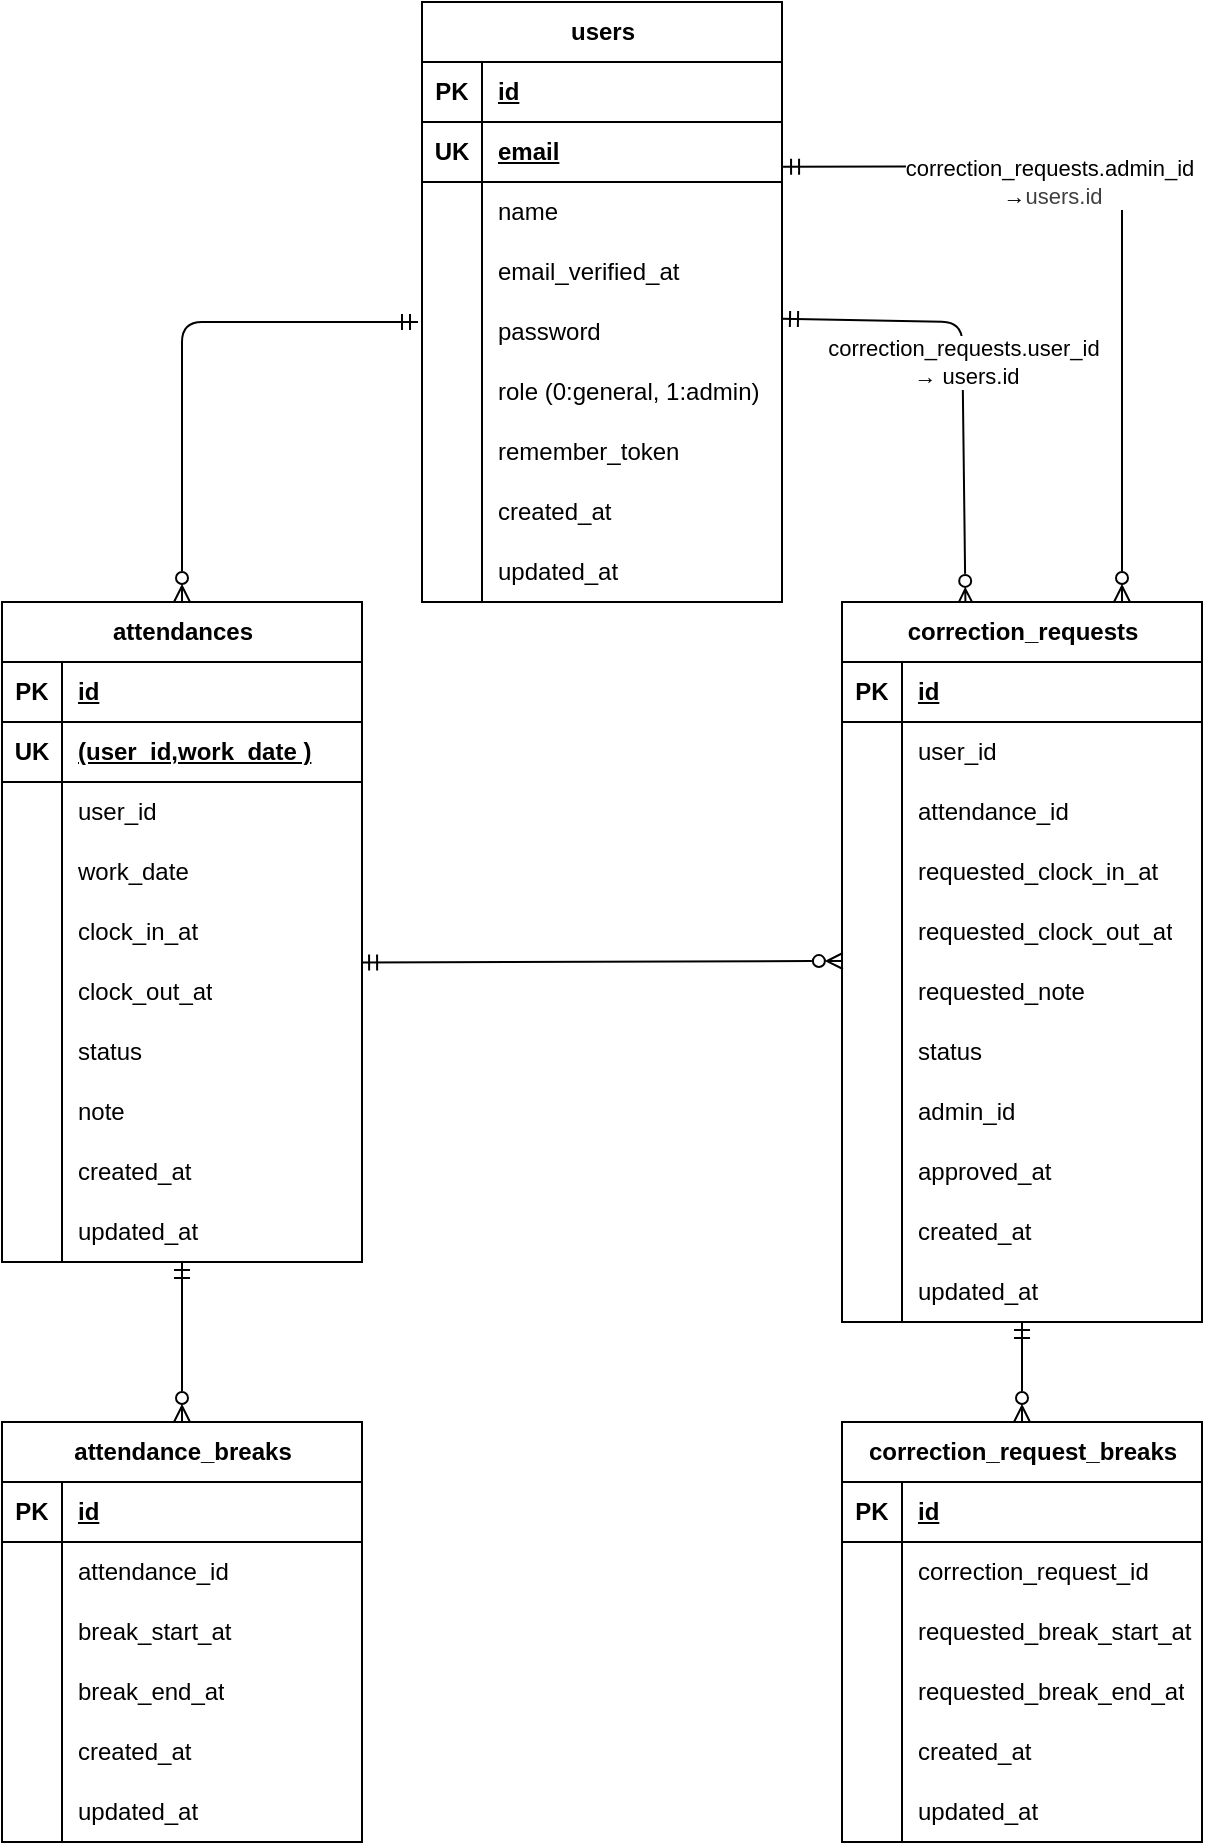
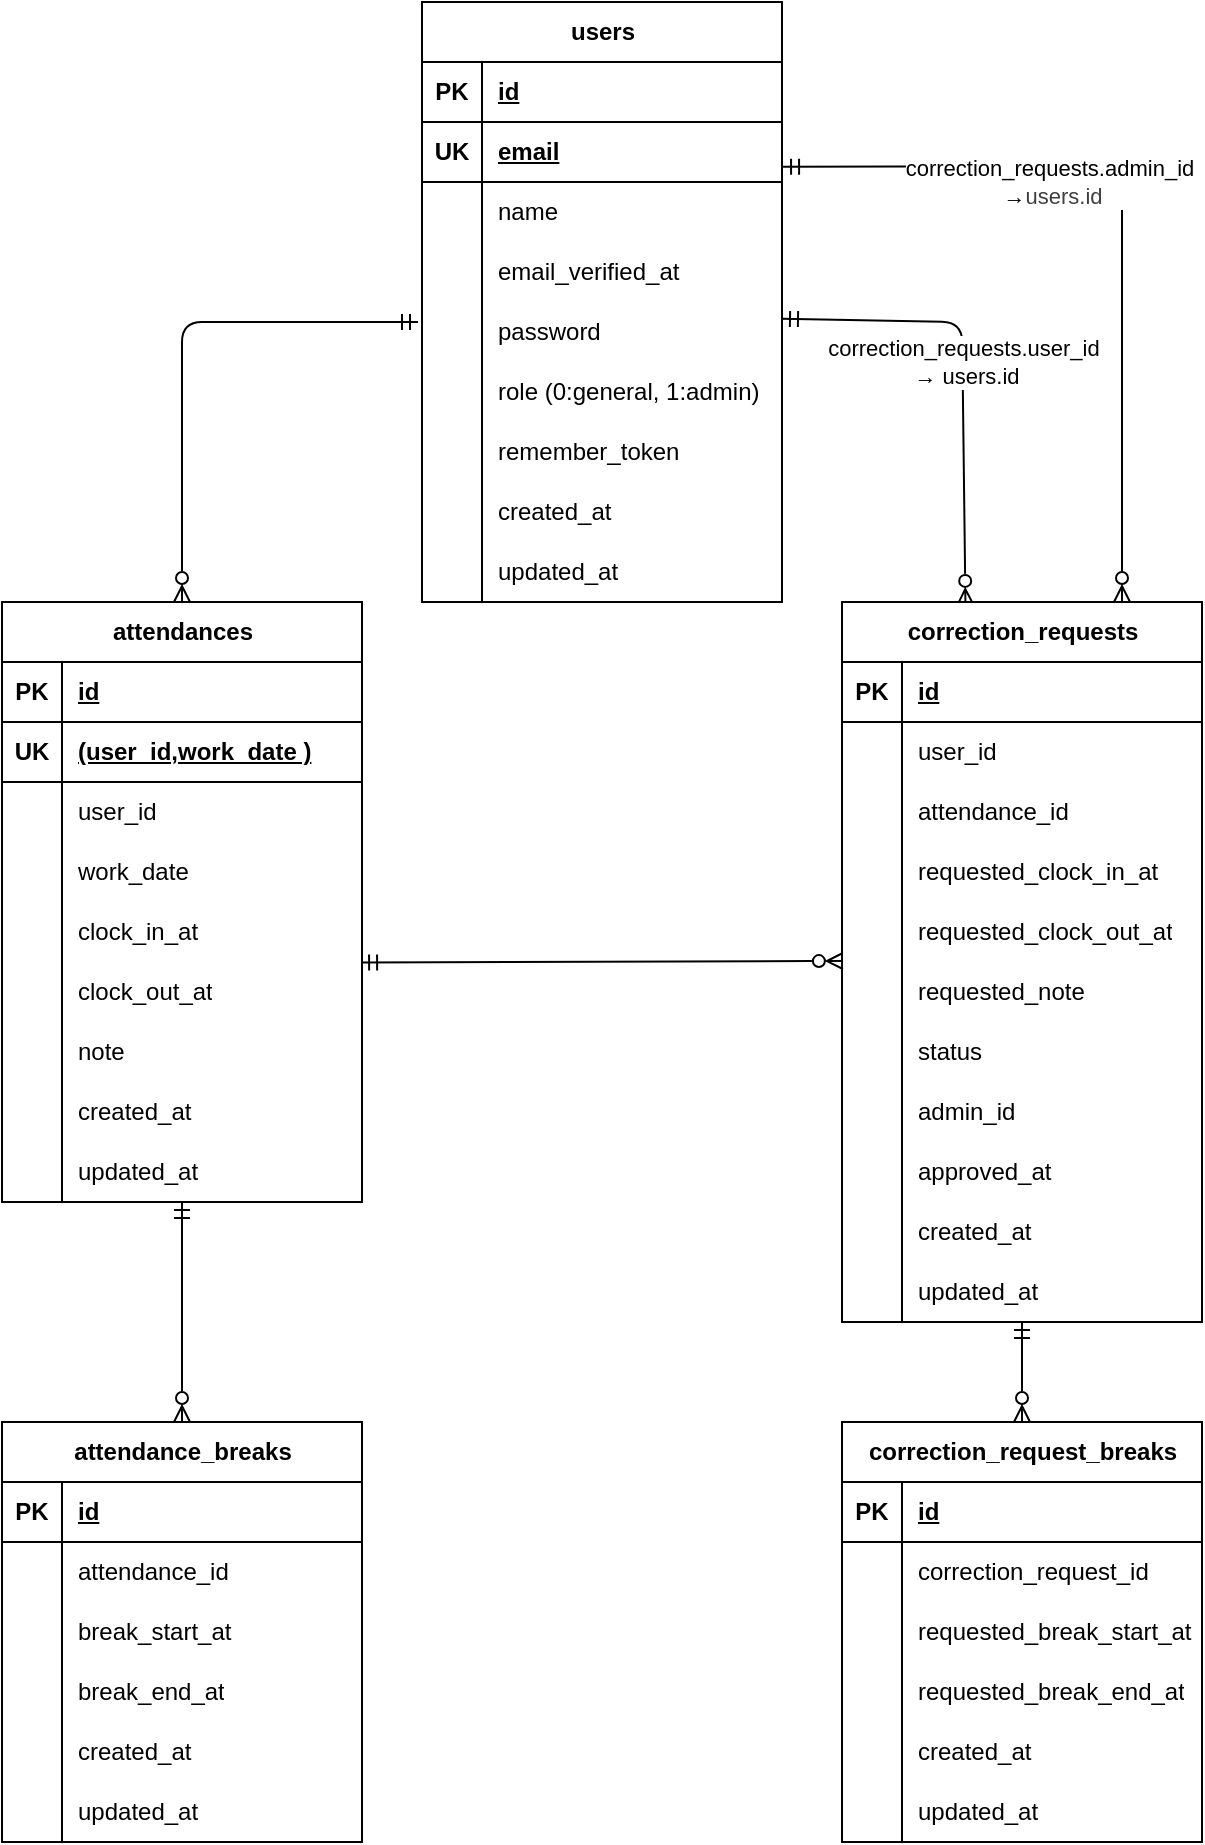
<mxfile host="65bd71144e">
    <diagram id="E6dUIKj0-dWRZJHyvL5a" name="ページ1">
-         <mxGraphModel dx="770" dy="563" grid="1" gridSize="10" guides="1" tooltips="1" connect="1" arrows="1" fold="1" page="1" pageScale="1" pageWidth="827" pageHeight="1169" math="0" shadow="0">
+         <mxGraphModel dx="688" dy="563" grid="1" gridSize="10" guides="1" tooltips="1" connect="1" arrows="1" fold="1" page="1" pageScale="1" pageWidth="827" pageHeight="1169" math="0" shadow="0">
            <root>
                <mxCell id="0"/>
                <mxCell id="1" parent="0"/>
                <mxCell id="61" value="" style="edgeStyle=none;html=1;endArrow=ERzeroToMany;endFill=0;startArrow=ERmandOne;startFill=0;exitX=1.001;exitY=0.773;exitDx=0;exitDy=0;entryX=0.006;entryY=0.747;entryDx=0;entryDy=0;entryPerimeter=0;exitPerimeter=0;" parent="1" edge="1">
                    <mxGeometry relative="1" as="geometry">
                        <mxPoint x="279.55000000000007" y="520.2800000000001" as="sourcePoint"/>
                        <mxPoint x="520.4499999999999" y="519.5000000000001" as="targetPoint"/>
                    </mxGeometry>
                </mxCell>
                <mxCell id="117" value="" style="edgeStyle=none;html=1;startArrow=ERmandOne;startFill=0;endArrow=ERzeroToMany;endFill=0;entryX=0.343;entryY=0.004;entryDx=0;entryDy=0;exitX=1.012;exitY=0.28;exitDx=0;exitDy=0;exitPerimeter=0;entryPerimeter=0;" parent="1" target="89" edge="1">
                    <mxGeometry relative="1" as="geometry">
                        <mxPoint x="490.00000000000006" y="198.39999999999998" as="sourcePoint"/>
                        <mxPoint x="607.84" y="340" as="targetPoint"/>
                        <Array as="points">
                            <mxPoint x="580" y="200"/>
                        </Array>
                    </mxGeometry>
                </mxCell>
                <mxCell id="186" value="correction_requests.user_id&amp;nbsp;&lt;div&gt;→ users.id&lt;/div&gt;" style="edgeLabel;html=1;align=center;verticalAlign=middle;resizable=0;points=[];" parent="117" vertex="1" connectable="0">
                    <mxGeometry x="-0.0506" y="2" relative="1" as="geometry">
                        <mxPoint as="offset"/>
                    </mxGeometry>
                </mxCell>
                <mxCell id="2" value="users" style="shape=table;startSize=30;container=1;collapsible=1;childLayout=tableLayout;fixedRows=1;rowLines=0;fontStyle=1;align=center;resizeLast=1;html=1;" parent="1" vertex="1">
                    <mxGeometry x="310" y="40" width="180" height="300" as="geometry"/>
                </mxCell>
                <mxCell id="3" value="" style="shape=tableRow;horizontal=0;startSize=0;swimlaneHead=0;swimlaneBody=0;fillColor=none;collapsible=0;dropTarget=0;points=[[0,0.5],[1,0.5]];portConstraint=eastwest;top=0;left=0;right=0;bottom=1;" parent="2" vertex="1">
                    <mxGeometry y="30" width="180" height="30" as="geometry"/>
                </mxCell>
                <mxCell id="4" value="PK" style="shape=partialRectangle;connectable=0;fillColor=none;top=0;left=0;bottom=0;right=0;fontStyle=1;overflow=hidden;whiteSpace=wrap;html=1;" parent="3" vertex="1">
                    <mxGeometry width="30" height="30" as="geometry">
                        <mxRectangle width="30" height="30" as="alternateBounds"/>
                    </mxGeometry>
                </mxCell>
                <mxCell id="5" value="id" style="shape=partialRectangle;connectable=0;fillColor=none;top=0;left=0;bottom=0;right=0;align=left;spacingLeft=6;fontStyle=5;overflow=hidden;whiteSpace=wrap;html=1;" parent="3" vertex="1">
                    <mxGeometry x="30" width="150" height="30" as="geometry">
                        <mxRectangle width="150" height="30" as="alternateBounds"/>
                    </mxGeometry>
                </mxCell>
                <mxCell id="15" value="" style="shape=tableRow;horizontal=0;startSize=0;swimlaneHead=0;swimlaneBody=0;fillColor=none;collapsible=0;dropTarget=0;points=[[0,0.5],[1,0.5]];portConstraint=eastwest;top=0;left=0;right=0;bottom=1;" parent="2" vertex="1">
                    <mxGeometry y="60" width="180" height="30" as="geometry"/>
                </mxCell>
                <mxCell id="16" value="UK" style="shape=partialRectangle;connectable=0;fillColor=none;top=0;left=0;bottom=0;right=0;fontStyle=1;overflow=hidden;whiteSpace=wrap;html=1;" parent="15" vertex="1">
                    <mxGeometry width="30" height="30" as="geometry">
                        <mxRectangle width="30" height="30" as="alternateBounds"/>
                    </mxGeometry>
                </mxCell>
                <mxCell id="17" value="email" style="shape=partialRectangle;connectable=0;fillColor=none;top=0;left=0;bottom=0;right=0;align=left;spacingLeft=6;fontStyle=5;overflow=hidden;whiteSpace=wrap;html=1;" parent="15" vertex="1">
                    <mxGeometry x="30" width="150" height="30" as="geometry">
                        <mxRectangle width="150" height="30" as="alternateBounds"/>
                    </mxGeometry>
                </mxCell>
                <mxCell id="6" value="" style="shape=tableRow;horizontal=0;startSize=0;swimlaneHead=0;swimlaneBody=0;fillColor=none;collapsible=0;dropTarget=0;points=[[0,0.5],[1,0.5]];portConstraint=eastwest;top=0;left=0;right=0;bottom=0;" parent="2" vertex="1">
                    <mxGeometry y="90" width="180" height="30" as="geometry"/>
                </mxCell>
                <mxCell id="7" value="" style="shape=partialRectangle;connectable=0;fillColor=none;top=0;left=0;bottom=0;right=0;editable=1;overflow=hidden;whiteSpace=wrap;html=1;" parent="6" vertex="1">
                    <mxGeometry width="30" height="30" as="geometry">
                        <mxRectangle width="30" height="30" as="alternateBounds"/>
                    </mxGeometry>
                </mxCell>
                <mxCell id="8" value="name" style="shape=partialRectangle;connectable=0;fillColor=none;top=0;left=0;bottom=0;right=0;align=left;spacingLeft=6;overflow=hidden;whiteSpace=wrap;html=1;" parent="6" vertex="1">
                    <mxGeometry x="30" width="150" height="30" as="geometry">
                        <mxRectangle width="150" height="30" as="alternateBounds"/>
                    </mxGeometry>
                </mxCell>
                <mxCell id="9" value="" style="shape=tableRow;horizontal=0;startSize=0;swimlaneHead=0;swimlaneBody=0;fillColor=none;collapsible=0;dropTarget=0;points=[[0,0.5],[1,0.5]];portConstraint=eastwest;top=0;left=0;right=0;bottom=0;" parent="2" vertex="1">
                    <mxGeometry y="120" width="180" height="30" as="geometry"/>
                </mxCell>
                <mxCell id="10" value="" style="shape=partialRectangle;connectable=0;fillColor=none;top=0;left=0;bottom=0;right=0;editable=1;overflow=hidden;whiteSpace=wrap;html=1;" parent="9" vertex="1">
                    <mxGeometry width="30" height="30" as="geometry">
                        <mxRectangle width="30" height="30" as="alternateBounds"/>
                    </mxGeometry>
                </mxCell>
                <mxCell id="11" value="email_verified_at" style="shape=partialRectangle;connectable=0;fillColor=none;top=0;left=0;bottom=0;right=0;align=left;spacingLeft=6;overflow=hidden;whiteSpace=wrap;html=1;" parent="9" vertex="1">
                    <mxGeometry x="30" width="150" height="30" as="geometry">
                        <mxRectangle width="150" height="30" as="alternateBounds"/>
                    </mxGeometry>
                </mxCell>
                <mxCell id="18" value="" style="shape=tableRow;horizontal=0;startSize=0;swimlaneHead=0;swimlaneBody=0;fillColor=none;collapsible=0;dropTarget=0;points=[[0,0.5],[1,0.5]];portConstraint=eastwest;top=0;left=0;right=0;bottom=0;" parent="2" vertex="1">
                    <mxGeometry y="150" width="180" height="30" as="geometry"/>
                </mxCell>
                <mxCell id="19" value="" style="shape=partialRectangle;connectable=0;fillColor=none;top=0;left=0;bottom=0;right=0;editable=1;overflow=hidden;whiteSpace=wrap;html=1;" parent="18" vertex="1">
                    <mxGeometry width="30" height="30" as="geometry">
                        <mxRectangle width="30" height="30" as="alternateBounds"/>
                    </mxGeometry>
                </mxCell>
                <mxCell id="20" value="password" style="shape=partialRectangle;connectable=0;fillColor=none;top=0;left=0;bottom=0;right=0;align=left;spacingLeft=6;overflow=hidden;whiteSpace=wrap;html=1;" parent="18" vertex="1">
                    <mxGeometry x="30" width="150" height="30" as="geometry">
                        <mxRectangle width="150" height="30" as="alternateBounds"/>
                    </mxGeometry>
                </mxCell>
                <mxCell id="21" value="" style="shape=tableRow;horizontal=0;startSize=0;swimlaneHead=0;swimlaneBody=0;fillColor=none;collapsible=0;dropTarget=0;points=[[0,0.5],[1,0.5]];portConstraint=eastwest;top=0;left=0;right=0;bottom=0;" parent="2" vertex="1">
                    <mxGeometry y="180" width="180" height="30" as="geometry"/>
                </mxCell>
                <mxCell id="22" value="" style="shape=partialRectangle;connectable=0;fillColor=none;top=0;left=0;bottom=0;right=0;editable=1;overflow=hidden;whiteSpace=wrap;html=1;" parent="21" vertex="1">
                    <mxGeometry width="30" height="30" as="geometry">
                        <mxRectangle width="30" height="30" as="alternateBounds"/>
                    </mxGeometry>
                </mxCell>
                <mxCell id="23" value="role (0:general, 1:admin)" style="shape=partialRectangle;connectable=0;fillColor=none;top=0;left=0;bottom=0;right=0;align=left;spacingLeft=6;overflow=hidden;whiteSpace=wrap;html=1;" parent="21" vertex="1">
                    <mxGeometry x="30" width="150" height="30" as="geometry">
                        <mxRectangle width="150" height="30" as="alternateBounds"/>
                    </mxGeometry>
                </mxCell>
                <mxCell id="24" value="" style="shape=tableRow;horizontal=0;startSize=0;swimlaneHead=0;swimlaneBody=0;fillColor=none;collapsible=0;dropTarget=0;points=[[0,0.5],[1,0.5]];portConstraint=eastwest;top=0;left=0;right=0;bottom=0;" parent="2" vertex="1">
                    <mxGeometry y="210" width="180" height="30" as="geometry"/>
                </mxCell>
                <mxCell id="25" value="" style="shape=partialRectangle;connectable=0;fillColor=none;top=0;left=0;bottom=0;right=0;editable=1;overflow=hidden;whiteSpace=wrap;html=1;" parent="24" vertex="1">
                    <mxGeometry width="30" height="30" as="geometry">
                        <mxRectangle width="30" height="30" as="alternateBounds"/>
                    </mxGeometry>
                </mxCell>
                <mxCell id="26" value="remember_token" style="shape=partialRectangle;connectable=0;fillColor=none;top=0;left=0;bottom=0;right=0;align=left;spacingLeft=6;overflow=hidden;whiteSpace=wrap;html=1;" parent="24" vertex="1">
                    <mxGeometry x="30" width="150" height="30" as="geometry">
                        <mxRectangle width="150" height="30" as="alternateBounds"/>
                    </mxGeometry>
                </mxCell>
                <mxCell id="27" value="" style="shape=tableRow;horizontal=0;startSize=0;swimlaneHead=0;swimlaneBody=0;fillColor=none;collapsible=0;dropTarget=0;points=[[0,0.5],[1,0.5]];portConstraint=eastwest;top=0;left=0;right=0;bottom=0;" parent="2" vertex="1">
                    <mxGeometry y="240" width="180" height="30" as="geometry"/>
                </mxCell>
                <mxCell id="28" value="" style="shape=partialRectangle;connectable=0;fillColor=none;top=0;left=0;bottom=0;right=0;editable=1;overflow=hidden;whiteSpace=wrap;html=1;" parent="27" vertex="1">
                    <mxGeometry width="30" height="30" as="geometry">
                        <mxRectangle width="30" height="30" as="alternateBounds"/>
                    </mxGeometry>
                </mxCell>
                <mxCell id="29" value="created_at" style="shape=partialRectangle;connectable=0;fillColor=none;top=0;left=0;bottom=0;right=0;align=left;spacingLeft=6;overflow=hidden;whiteSpace=wrap;html=1;" parent="27" vertex="1">
                    <mxGeometry x="30" width="150" height="30" as="geometry">
                        <mxRectangle width="150" height="30" as="alternateBounds"/>
                    </mxGeometry>
                </mxCell>
                <mxCell id="12" value="" style="shape=tableRow;horizontal=0;startSize=0;swimlaneHead=0;swimlaneBody=0;fillColor=none;collapsible=0;dropTarget=0;points=[[0,0.5],[1,0.5]];portConstraint=eastwest;top=0;left=0;right=0;bottom=0;" parent="2" vertex="1">
                    <mxGeometry y="270" width="180" height="30" as="geometry"/>
                </mxCell>
                <mxCell id="13" value="" style="shape=partialRectangle;connectable=0;fillColor=none;top=0;left=0;bottom=0;right=0;editable=1;overflow=hidden;whiteSpace=wrap;html=1;" parent="12" vertex="1">
                    <mxGeometry width="30" height="30" as="geometry">
                        <mxRectangle width="30" height="30" as="alternateBounds"/>
                    </mxGeometry>
                </mxCell>
                <mxCell id="14" value="updated_at" style="shape=partialRectangle;connectable=0;fillColor=none;top=0;left=0;bottom=0;right=0;align=left;spacingLeft=6;overflow=hidden;whiteSpace=wrap;html=1;" parent="12" vertex="1">
                    <mxGeometry x="30" width="150" height="30" as="geometry">
                        <mxRectangle width="150" height="30" as="alternateBounds"/>
                    </mxGeometry>
                </mxCell>
                <mxCell id="88" value="" style="edgeStyle=none;html=1;startArrow=ERmandOne;startFill=0;endArrow=ERzeroToMany;endFill=0;" parent="1" source="33" target="63" edge="1">
                    <mxGeometry relative="1" as="geometry"/>
                </mxCell>
                <mxCell id="33" value="attendances" style="shape=table;startSize=30;container=1;collapsible=1;childLayout=tableLayout;fixedRows=1;rowLines=0;fontStyle=1;align=center;resizeLast=1;html=1;" parent="1" vertex="1">
-                     <mxGeometry x="100" y="340" width="180" height="330" as="geometry"/>
+                     <mxGeometry x="100" y="340" width="180" height="300" as="geometry"/>
                </mxCell>
                <mxCell id="34" value="" style="shape=tableRow;horizontal=0;startSize=0;swimlaneHead=0;swimlaneBody=0;fillColor=none;collapsible=0;dropTarget=0;points=[[0,0.5],[1,0.5]];portConstraint=eastwest;top=0;left=0;right=0;bottom=1;" parent="33" vertex="1">
                    <mxGeometry y="30" width="180" height="30" as="geometry"/>
                </mxCell>
                <mxCell id="35" value="PK" style="shape=partialRectangle;connectable=0;fillColor=none;top=0;left=0;bottom=0;right=0;fontStyle=1;overflow=hidden;whiteSpace=wrap;html=1;" parent="34" vertex="1">
                    <mxGeometry width="30" height="30" as="geometry">
                        <mxRectangle width="30" height="30" as="alternateBounds"/>
                    </mxGeometry>
                </mxCell>
                <mxCell id="36" value="id" style="shape=partialRectangle;connectable=0;fillColor=none;top=0;left=0;bottom=0;right=0;align=left;spacingLeft=6;fontStyle=5;overflow=hidden;whiteSpace=wrap;html=1;" parent="34" vertex="1">
                    <mxGeometry x="30" width="150" height="30" as="geometry">
                        <mxRectangle width="150" height="30" as="alternateBounds"/>
                    </mxGeometry>
                </mxCell>
                <mxCell id="37" value="" style="shape=tableRow;horizontal=0;startSize=0;swimlaneHead=0;swimlaneBody=0;fillColor=none;collapsible=0;dropTarget=0;points=[[0,0.5],[1,0.5]];portConstraint=eastwest;top=0;left=0;right=0;bottom=1;" parent="33" vertex="1">
                    <mxGeometry y="60" width="180" height="30" as="geometry"/>
                </mxCell>
                <mxCell id="38" value="UK" style="shape=partialRectangle;connectable=0;fillColor=none;top=0;left=0;bottom=0;right=0;fontStyle=1;overflow=hidden;whiteSpace=wrap;html=1;" parent="37" vertex="1">
                    <mxGeometry width="30" height="30" as="geometry">
                        <mxRectangle width="30" height="30" as="alternateBounds"/>
                    </mxGeometry>
                </mxCell>
                <mxCell id="39" value="(user_id,work_date )" style="shape=partialRectangle;connectable=0;fillColor=none;top=0;left=0;bottom=0;right=0;align=left;spacingLeft=6;fontStyle=5;overflow=hidden;whiteSpace=wrap;html=1;" parent="37" vertex="1">
                    <mxGeometry x="30" width="150" height="30" as="geometry">
                        <mxRectangle width="150" height="30" as="alternateBounds"/>
                    </mxGeometry>
                </mxCell>
                <mxCell id="40" value="" style="shape=tableRow;horizontal=0;startSize=0;swimlaneHead=0;swimlaneBody=0;fillColor=none;collapsible=0;dropTarget=0;points=[[0,0.5],[1,0.5]];portConstraint=eastwest;top=0;left=0;right=0;bottom=0;" parent="33" vertex="1">
                    <mxGeometry y="90" width="180" height="30" as="geometry"/>
                </mxCell>
                <mxCell id="41" value="" style="shape=partialRectangle;connectable=0;fillColor=none;top=0;left=0;bottom=0;right=0;editable=1;overflow=hidden;whiteSpace=wrap;html=1;" parent="40" vertex="1">
                    <mxGeometry width="30" height="30" as="geometry">
                        <mxRectangle width="30" height="30" as="alternateBounds"/>
                    </mxGeometry>
                </mxCell>
                <mxCell id="42" value="&lt;span style=&quot;color: rgb(0, 0, 0);&quot;&gt;user_id&lt;/span&gt;" style="shape=partialRectangle;connectable=0;fillColor=none;top=0;left=0;bottom=0;right=0;align=left;spacingLeft=6;overflow=hidden;whiteSpace=wrap;html=1;" parent="40" vertex="1">
                    <mxGeometry x="30" width="150" height="30" as="geometry">
                        <mxRectangle width="150" height="30" as="alternateBounds"/>
                    </mxGeometry>
                </mxCell>
                <mxCell id="180" value="" style="shape=tableRow;horizontal=0;startSize=0;swimlaneHead=0;swimlaneBody=0;fillColor=none;collapsible=0;dropTarget=0;points=[[0,0.5],[1,0.5]];portConstraint=eastwest;top=0;left=0;right=0;bottom=0;" parent="33" vertex="1">
                    <mxGeometry y="120" width="180" height="30" as="geometry"/>
                </mxCell>
                <mxCell id="181" value="" style="shape=partialRectangle;connectable=0;fillColor=none;top=0;left=0;bottom=0;right=0;editable=1;overflow=hidden;whiteSpace=wrap;html=1;" parent="180" vertex="1">
                    <mxGeometry width="30" height="30" as="geometry">
                        <mxRectangle width="30" height="30" as="alternateBounds"/>
                    </mxGeometry>
                </mxCell>
                <mxCell id="182" value="work_date" style="shape=partialRectangle;connectable=0;fillColor=none;top=0;left=0;bottom=0;right=0;align=left;spacingLeft=6;overflow=hidden;whiteSpace=wrap;html=1;" parent="180" vertex="1">
                    <mxGeometry x="30" width="150" height="30" as="geometry">
                        <mxRectangle width="150" height="30" as="alternateBounds"/>
                    </mxGeometry>
                </mxCell>
                <mxCell id="177" value="" style="shape=tableRow;horizontal=0;startSize=0;swimlaneHead=0;swimlaneBody=0;fillColor=none;collapsible=0;dropTarget=0;points=[[0,0.5],[1,0.5]];portConstraint=eastwest;top=0;left=0;right=0;bottom=0;" parent="33" vertex="1">
                    <mxGeometry y="150" width="180" height="30" as="geometry"/>
                </mxCell>
                <mxCell id="178" value="" style="shape=partialRectangle;connectable=0;fillColor=none;top=0;left=0;bottom=0;right=0;editable=1;overflow=hidden;whiteSpace=wrap;html=1;" parent="177" vertex="1">
                    <mxGeometry width="30" height="30" as="geometry">
                        <mxRectangle width="30" height="30" as="alternateBounds"/>
                    </mxGeometry>
                </mxCell>
                <mxCell id="179" value="clock_in&lt;span style=&quot;color: rgb(0, 0, 0);&quot;&gt;_at&lt;/span&gt;" style="shape=partialRectangle;connectable=0;fillColor=none;top=0;left=0;bottom=0;right=0;align=left;spacingLeft=6;overflow=hidden;whiteSpace=wrap;html=1;" parent="177" vertex="1">
                    <mxGeometry x="30" width="150" height="30" as="geometry">
                        <mxRectangle width="150" height="30" as="alternateBounds"/>
                    </mxGeometry>
                </mxCell>
                <mxCell id="43" value="" style="shape=tableRow;horizontal=0;startSize=0;swimlaneHead=0;swimlaneBody=0;fillColor=none;collapsible=0;dropTarget=0;points=[[0,0.5],[1,0.5]];portConstraint=eastwest;top=0;left=0;right=0;bottom=0;" parent="33" vertex="1">
                    <mxGeometry y="180" width="180" height="30" as="geometry"/>
                </mxCell>
                <mxCell id="44" value="" style="shape=partialRectangle;connectable=0;fillColor=none;top=0;left=0;bottom=0;right=0;editable=1;overflow=hidden;whiteSpace=wrap;html=1;" parent="43" vertex="1">
                    <mxGeometry width="30" height="30" as="geometry">
                        <mxRectangle width="30" height="30" as="alternateBounds"/>
                    </mxGeometry>
                </mxCell>
                <mxCell id="45" value="clock_out_at" style="shape=partialRectangle;connectable=0;fillColor=none;top=0;left=0;bottom=0;right=0;align=left;spacingLeft=6;overflow=hidden;whiteSpace=wrap;html=1;" parent="43" vertex="1">
                    <mxGeometry x="30" width="150" height="30" as="geometry">
                        <mxRectangle width="150" height="30" as="alternateBounds"/>
                    </mxGeometry>
                </mxCell>
-                 <mxCell id="46" value="" style="shape=tableRow;horizontal=0;startSize=0;swimlaneHead=0;swimlaneBody=0;fillColor=none;collapsible=0;dropTarget=0;points=[[0,0.5],[1,0.5]];portConstraint=eastwest;top=0;left=0;right=0;bottom=0;" parent="33" vertex="1">
+                 <mxCell id="49" value="" style="shape=tableRow;horizontal=0;startSize=0;swimlaneHead=0;swimlaneBody=0;fillColor=none;collapsible=0;dropTarget=0;points=[[0,0.5],[1,0.5]];portConstraint=eastwest;top=0;left=0;right=0;bottom=0;" parent="33" vertex="1">
                    <mxGeometry y="210" width="180" height="30" as="geometry"/>
                </mxCell>
-                 <mxCell id="47" value="" style="shape=partialRectangle;connectable=0;fillColor=none;top=0;left=0;bottom=0;right=0;editable=1;overflow=hidden;whiteSpace=wrap;html=1;" parent="46" vertex="1">
-                     <mxGeometry width="30" height="30" as="geometry">
-                         <mxRectangle width="30" height="30" as="alternateBounds"/>
-                     </mxGeometry>
-                 </mxCell>
-                 <mxCell id="48" value="status" style="shape=partialRectangle;connectable=0;fillColor=none;top=0;left=0;bottom=0;right=0;align=left;spacingLeft=6;overflow=hidden;whiteSpace=wrap;html=1;" parent="46" vertex="1">
-                     <mxGeometry x="30" width="150" height="30" as="geometry">
-                         <mxRectangle width="150" height="30" as="alternateBounds"/>
-                     </mxGeometry>
-                 </mxCell>
-                 <mxCell id="49" value="" style="shape=tableRow;horizontal=0;startSize=0;swimlaneHead=0;swimlaneBody=0;fillColor=none;collapsible=0;dropTarget=0;points=[[0,0.5],[1,0.5]];portConstraint=eastwest;top=0;left=0;right=0;bottom=0;" parent="33" vertex="1">
+                 <mxCell id="50" value="" style="shape=partialRectangle;connectable=0;fillColor=none;top=0;left=0;bottom=0;right=0;editable=1;overflow=hidden;whiteSpace=wrap;html=1;" parent="49" vertex="1">
+                     <mxGeometry width="30" height="30" as="geometry">
+                         <mxRectangle width="30" height="30" as="alternateBounds"/>
+                     </mxGeometry>
+                 </mxCell>
+                 <mxCell id="51" value="note" style="shape=partialRectangle;connectable=0;fillColor=none;top=0;left=0;bottom=0;right=0;align=left;spacingLeft=6;overflow=hidden;whiteSpace=wrap;html=1;" parent="49" vertex="1">
+                     <mxGeometry x="30" width="150" height="30" as="geometry">
+                         <mxRectangle width="150" height="30" as="alternateBounds"/>
+                     </mxGeometry>
+                 </mxCell>
+                 <mxCell id="55" value="" style="shape=tableRow;horizontal=0;startSize=0;swimlaneHead=0;swimlaneBody=0;fillColor=none;collapsible=0;dropTarget=0;points=[[0,0.5],[1,0.5]];portConstraint=eastwest;top=0;left=0;right=0;bottom=0;" parent="33" vertex="1">
                    <mxGeometry y="240" width="180" height="30" as="geometry"/>
                </mxCell>
-                 <mxCell id="50" value="" style="shape=partialRectangle;connectable=0;fillColor=none;top=0;left=0;bottom=0;right=0;editable=1;overflow=hidden;whiteSpace=wrap;html=1;" parent="49" vertex="1">
-                     <mxGeometry width="30" height="30" as="geometry">
-                         <mxRectangle width="30" height="30" as="alternateBounds"/>
-                     </mxGeometry>
-                 </mxCell>
-                 <mxCell id="51" value="note" style="shape=partialRectangle;connectable=0;fillColor=none;top=0;left=0;bottom=0;right=0;align=left;spacingLeft=6;overflow=hidden;whiteSpace=wrap;html=1;" parent="49" vertex="1">
-                     <mxGeometry x="30" width="150" height="30" as="geometry">
-                         <mxRectangle width="150" height="30" as="alternateBounds"/>
-                     </mxGeometry>
-                 </mxCell>
-                 <mxCell id="55" value="" style="shape=tableRow;horizontal=0;startSize=0;swimlaneHead=0;swimlaneBody=0;fillColor=none;collapsible=0;dropTarget=0;points=[[0,0.5],[1,0.5]];portConstraint=eastwest;top=0;left=0;right=0;bottom=0;" parent="33" vertex="1">
+                 <mxCell id="56" value="" style="shape=partialRectangle;connectable=0;fillColor=none;top=0;left=0;bottom=0;right=0;editable=1;overflow=hidden;whiteSpace=wrap;html=1;" parent="55" vertex="1">
+                     <mxGeometry width="30" height="30" as="geometry">
+                         <mxRectangle width="30" height="30" as="alternateBounds"/>
+                     </mxGeometry>
+                 </mxCell>
+                 <mxCell id="57" value="created_at" style="shape=partialRectangle;connectable=0;fillColor=none;top=0;left=0;bottom=0;right=0;align=left;spacingLeft=6;overflow=hidden;whiteSpace=wrap;html=1;" parent="55" vertex="1">
+                     <mxGeometry x="30" width="150" height="30" as="geometry">
+                         <mxRectangle width="150" height="30" as="alternateBounds"/>
+                     </mxGeometry>
+                 </mxCell>
+                 <mxCell id="58" value="" style="shape=tableRow;horizontal=0;startSize=0;swimlaneHead=0;swimlaneBody=0;fillColor=none;collapsible=0;dropTarget=0;points=[[0,0.5],[1,0.5]];portConstraint=eastwest;top=0;left=0;right=0;bottom=0;" parent="33" vertex="1">
                    <mxGeometry y="270" width="180" height="30" as="geometry"/>
-                 </mxCell>
-                 <mxCell id="56" value="" style="shape=partialRectangle;connectable=0;fillColor=none;top=0;left=0;bottom=0;right=0;editable=1;overflow=hidden;whiteSpace=wrap;html=1;" parent="55" vertex="1">
-                     <mxGeometry width="30" height="30" as="geometry">
-                         <mxRectangle width="30" height="30" as="alternateBounds"/>
-                     </mxGeometry>
-                 </mxCell>
-                 <mxCell id="57" value="created_at" style="shape=partialRectangle;connectable=0;fillColor=none;top=0;left=0;bottom=0;right=0;align=left;spacingLeft=6;overflow=hidden;whiteSpace=wrap;html=1;" parent="55" vertex="1">
-                     <mxGeometry x="30" width="150" height="30" as="geometry">
-                         <mxRectangle width="150" height="30" as="alternateBounds"/>
-                     </mxGeometry>
-                 </mxCell>
-                 <mxCell id="58" value="" style="shape=tableRow;horizontal=0;startSize=0;swimlaneHead=0;swimlaneBody=0;fillColor=none;collapsible=0;dropTarget=0;points=[[0,0.5],[1,0.5]];portConstraint=eastwest;top=0;left=0;right=0;bottom=0;" parent="33" vertex="1">
-                     <mxGeometry y="300" width="180" height="30" as="geometry"/>
                </mxCell>
                <mxCell id="59" value="" style="shape=partialRectangle;connectable=0;fillColor=none;top=0;left=0;bottom=0;right=0;editable=1;overflow=hidden;whiteSpace=wrap;html=1;" parent="58" vertex="1">
                    <mxGeometry width="30" height="30" as="geometry">
                        <mxRectangle width="30" height="30" as="alternateBounds"/>
                    </mxGeometry>
                </mxCell>
                <mxCell id="60" value="updated_at" style="shape=partialRectangle;connectable=0;fillColor=none;top=0;left=0;bottom=0;right=0;align=left;spacingLeft=6;overflow=hidden;whiteSpace=wrap;html=1;" parent="58" vertex="1">
                    <mxGeometry x="30" width="150" height="30" as="geometry">
                        <mxRectangle width="150" height="30" as="alternateBounds"/>
                    </mxGeometry>
                </mxCell>
                <mxCell id="63" value="attendance_breaks" style="shape=table;startSize=30;container=1;collapsible=1;childLayout=tableLayout;fixedRows=1;rowLines=0;fontStyle=1;align=center;resizeLast=1;html=1;" parent="1" vertex="1">
                    <mxGeometry x="100" y="750" width="180" height="210" as="geometry"/>
                </mxCell>
                <mxCell id="64" value="" style="shape=tableRow;horizontal=0;startSize=0;swimlaneHead=0;swimlaneBody=0;fillColor=none;collapsible=0;dropTarget=0;points=[[0,0.5],[1,0.5]];portConstraint=eastwest;top=0;left=0;right=0;bottom=1;" parent="63" vertex="1">
                    <mxGeometry y="30" width="180" height="30" as="geometry"/>
                </mxCell>
                <mxCell id="65" value="PK" style="shape=partialRectangle;connectable=0;fillColor=none;top=0;left=0;bottom=0;right=0;fontStyle=1;overflow=hidden;whiteSpace=wrap;html=1;" parent="64" vertex="1">
                    <mxGeometry width="30" height="30" as="geometry">
                        <mxRectangle width="30" height="30" as="alternateBounds"/>
                    </mxGeometry>
                </mxCell>
                <mxCell id="66" value="id" style="shape=partialRectangle;connectable=0;fillColor=none;top=0;left=0;bottom=0;right=0;align=left;spacingLeft=6;fontStyle=5;overflow=hidden;whiteSpace=wrap;html=1;" parent="64" vertex="1">
                    <mxGeometry x="30" width="150" height="30" as="geometry">
                        <mxRectangle width="150" height="30" as="alternateBounds"/>
                    </mxGeometry>
                </mxCell>
                <mxCell id="70" value="" style="shape=tableRow;horizontal=0;startSize=0;swimlaneHead=0;swimlaneBody=0;fillColor=none;collapsible=0;dropTarget=0;points=[[0,0.5],[1,0.5]];portConstraint=eastwest;top=0;left=0;right=0;bottom=0;" parent="63" vertex="1">
                    <mxGeometry y="60" width="180" height="30" as="geometry"/>
                </mxCell>
                <mxCell id="71" value="" style="shape=partialRectangle;connectable=0;fillColor=none;top=0;left=0;bottom=0;right=0;editable=1;overflow=hidden;whiteSpace=wrap;html=1;" parent="70" vertex="1">
                    <mxGeometry width="30" height="30" as="geometry">
                        <mxRectangle width="30" height="30" as="alternateBounds"/>
                    </mxGeometry>
                </mxCell>
                <mxCell id="72" value="attendance_id" style="shape=partialRectangle;connectable=0;fillColor=none;top=0;left=0;bottom=0;right=0;align=left;spacingLeft=6;overflow=hidden;whiteSpace=wrap;html=1;" parent="70" vertex="1">
                    <mxGeometry x="30" width="150" height="30" as="geometry">
                        <mxRectangle width="150" height="30" as="alternateBounds"/>
                    </mxGeometry>
                </mxCell>
                <mxCell id="73" value="" style="shape=tableRow;horizontal=0;startSize=0;swimlaneHead=0;swimlaneBody=0;fillColor=none;collapsible=0;dropTarget=0;points=[[0,0.5],[1,0.5]];portConstraint=eastwest;top=0;left=0;right=0;bottom=0;" parent="63" vertex="1">
                    <mxGeometry y="90" width="180" height="30" as="geometry"/>
                </mxCell>
                <mxCell id="74" value="" style="shape=partialRectangle;connectable=0;fillColor=none;top=0;left=0;bottom=0;right=0;editable=1;overflow=hidden;whiteSpace=wrap;html=1;" parent="73" vertex="1">
                    <mxGeometry width="30" height="30" as="geometry">
                        <mxRectangle width="30" height="30" as="alternateBounds"/>
                    </mxGeometry>
                </mxCell>
                <mxCell id="75" value="break_start_at" style="shape=partialRectangle;connectable=0;fillColor=none;top=0;left=0;bottom=0;right=0;align=left;spacingLeft=6;overflow=hidden;whiteSpace=wrap;html=1;" parent="73" vertex="1">
                    <mxGeometry x="30" width="150" height="30" as="geometry">
                        <mxRectangle width="150" height="30" as="alternateBounds"/>
                    </mxGeometry>
                </mxCell>
                <mxCell id="76" value="" style="shape=tableRow;horizontal=0;startSize=0;swimlaneHead=0;swimlaneBody=0;fillColor=none;collapsible=0;dropTarget=0;points=[[0,0.5],[1,0.5]];portConstraint=eastwest;top=0;left=0;right=0;bottom=0;" parent="63" vertex="1">
                    <mxGeometry y="120" width="180" height="30" as="geometry"/>
                </mxCell>
                <mxCell id="77" value="" style="shape=partialRectangle;connectable=0;fillColor=none;top=0;left=0;bottom=0;right=0;editable=1;overflow=hidden;whiteSpace=wrap;html=1;" parent="76" vertex="1">
                    <mxGeometry width="30" height="30" as="geometry">
                        <mxRectangle width="30" height="30" as="alternateBounds"/>
                    </mxGeometry>
                </mxCell>
                <mxCell id="78" value="break_end_at" style="shape=partialRectangle;connectable=0;fillColor=none;top=0;left=0;bottom=0;right=0;align=left;spacingLeft=6;overflow=hidden;whiteSpace=wrap;html=1;" parent="76" vertex="1">
                    <mxGeometry x="30" width="150" height="30" as="geometry">
                        <mxRectangle width="150" height="30" as="alternateBounds"/>
                    </mxGeometry>
                </mxCell>
                <mxCell id="82" value="" style="shape=tableRow;horizontal=0;startSize=0;swimlaneHead=0;swimlaneBody=0;fillColor=none;collapsible=0;dropTarget=0;points=[[0,0.5],[1,0.5]];portConstraint=eastwest;top=0;left=0;right=0;bottom=0;" parent="63" vertex="1">
                    <mxGeometry y="150" width="180" height="30" as="geometry"/>
                </mxCell>
                <mxCell id="83" value="" style="shape=partialRectangle;connectable=0;fillColor=none;top=0;left=0;bottom=0;right=0;editable=1;overflow=hidden;whiteSpace=wrap;html=1;" parent="82" vertex="1">
                    <mxGeometry width="30" height="30" as="geometry">
                        <mxRectangle width="30" height="30" as="alternateBounds"/>
                    </mxGeometry>
                </mxCell>
                <mxCell id="84" value="created_at" style="shape=partialRectangle;connectable=0;fillColor=none;top=0;left=0;bottom=0;right=0;align=left;spacingLeft=6;overflow=hidden;whiteSpace=wrap;html=1;" parent="82" vertex="1">
                    <mxGeometry x="30" width="150" height="30" as="geometry">
                        <mxRectangle width="150" height="30" as="alternateBounds"/>
                    </mxGeometry>
                </mxCell>
                <mxCell id="85" value="" style="shape=tableRow;horizontal=0;startSize=0;swimlaneHead=0;swimlaneBody=0;fillColor=none;collapsible=0;dropTarget=0;points=[[0,0.5],[1,0.5]];portConstraint=eastwest;top=0;left=0;right=0;bottom=0;" parent="63" vertex="1">
                    <mxGeometry y="180" width="180" height="30" as="geometry"/>
                </mxCell>
                <mxCell id="86" value="" style="shape=partialRectangle;connectable=0;fillColor=none;top=0;left=0;bottom=0;right=0;editable=1;overflow=hidden;whiteSpace=wrap;html=1;" parent="85" vertex="1">
                    <mxGeometry width="30" height="30" as="geometry">
                        <mxRectangle width="30" height="30" as="alternateBounds"/>
                    </mxGeometry>
                </mxCell>
                <mxCell id="87" value="updated_at" style="shape=partialRectangle;connectable=0;fillColor=none;top=0;left=0;bottom=0;right=0;align=left;spacingLeft=6;overflow=hidden;whiteSpace=wrap;html=1;" parent="85" vertex="1">
                    <mxGeometry x="30" width="150" height="30" as="geometry">
                        <mxRectangle width="150" height="30" as="alternateBounds"/>
                    </mxGeometry>
                </mxCell>
                <mxCell id="167" value="" style="edgeStyle=none;html=1;startArrow=ERmandOne;startFill=0;endArrow=ERzeroToMany;endFill=0;" parent="1" source="89" target="133" edge="1">
                    <mxGeometry relative="1" as="geometry"/>
                </mxCell>
                <mxCell id="89" value="correction_requests" style="shape=table;startSize=30;container=1;collapsible=1;childLayout=tableLayout;fixedRows=1;rowLines=0;fontStyle=1;align=center;resizeLast=1;html=1;" parent="1" vertex="1">
                    <mxGeometry x="520" y="340" width="180" height="360" as="geometry"/>
                </mxCell>
                <mxCell id="90" value="" style="shape=tableRow;horizontal=0;startSize=0;swimlaneHead=0;swimlaneBody=0;fillColor=none;collapsible=0;dropTarget=0;points=[[0,0.5],[1,0.5]];portConstraint=eastwest;top=0;left=0;right=0;bottom=1;" parent="89" vertex="1">
                    <mxGeometry y="30" width="180" height="30" as="geometry"/>
                </mxCell>
                <mxCell id="91" value="PK" style="shape=partialRectangle;connectable=0;fillColor=none;top=0;left=0;bottom=0;right=0;fontStyle=1;overflow=hidden;whiteSpace=wrap;html=1;" parent="90" vertex="1">
                    <mxGeometry width="30" height="30" as="geometry">
                        <mxRectangle width="30" height="30" as="alternateBounds"/>
                    </mxGeometry>
                </mxCell>
                <mxCell id="92" value="id" style="shape=partialRectangle;connectable=0;fillColor=none;top=0;left=0;bottom=0;right=0;align=left;spacingLeft=6;fontStyle=5;overflow=hidden;whiteSpace=wrap;html=1;" parent="90" vertex="1">
                    <mxGeometry x="30" width="150" height="30" as="geometry">
                        <mxRectangle width="150" height="30" as="alternateBounds"/>
                    </mxGeometry>
                </mxCell>
                <mxCell id="96" value="" style="shape=tableRow;horizontal=0;startSize=0;swimlaneHead=0;swimlaneBody=0;fillColor=none;collapsible=0;dropTarget=0;points=[[0,0.5],[1,0.5]];portConstraint=eastwest;top=0;left=0;right=0;bottom=0;" parent="89" vertex="1">
                    <mxGeometry y="60" width="180" height="30" as="geometry"/>
                </mxCell>
                <mxCell id="97" value="" style="shape=partialRectangle;connectable=0;fillColor=none;top=0;left=0;bottom=0;right=0;editable=1;overflow=hidden;whiteSpace=wrap;html=1;" parent="96" vertex="1">
                    <mxGeometry width="30" height="30" as="geometry">
                        <mxRectangle width="30" height="30" as="alternateBounds"/>
                    </mxGeometry>
                </mxCell>
                <mxCell id="98" value="user_id" style="shape=partialRectangle;connectable=0;fillColor=none;top=0;left=0;bottom=0;right=0;align=left;spacingLeft=6;overflow=hidden;whiteSpace=wrap;html=1;" parent="96" vertex="1">
                    <mxGeometry x="30" width="150" height="30" as="geometry">
                        <mxRectangle width="150" height="30" as="alternateBounds"/>
                    </mxGeometry>
                </mxCell>
                <mxCell id="99" value="" style="shape=tableRow;horizontal=0;startSize=0;swimlaneHead=0;swimlaneBody=0;fillColor=none;collapsible=0;dropTarget=0;points=[[0,0.5],[1,0.5]];portConstraint=eastwest;top=0;left=0;right=0;bottom=0;" parent="89" vertex="1">
                    <mxGeometry y="90" width="180" height="30" as="geometry"/>
                </mxCell>
                <mxCell id="100" value="" style="shape=partialRectangle;connectable=0;fillColor=none;top=0;left=0;bottom=0;right=0;editable=1;overflow=hidden;whiteSpace=wrap;html=1;" parent="99" vertex="1">
                    <mxGeometry width="30" height="30" as="geometry">
                        <mxRectangle width="30" height="30" as="alternateBounds"/>
                    </mxGeometry>
                </mxCell>
                <mxCell id="101" value="attendance_id" style="shape=partialRectangle;connectable=0;fillColor=none;top=0;left=0;bottom=0;right=0;align=left;spacingLeft=6;overflow=hidden;whiteSpace=wrap;html=1;" parent="99" vertex="1">
                    <mxGeometry x="30" width="150" height="30" as="geometry">
                        <mxRectangle width="150" height="30" as="alternateBounds"/>
                    </mxGeometry>
                </mxCell>
                <mxCell id="102" value="" style="shape=tableRow;horizontal=0;startSize=0;swimlaneHead=0;swimlaneBody=0;fillColor=none;collapsible=0;dropTarget=0;points=[[0,0.5],[1,0.5]];portConstraint=eastwest;top=0;left=0;right=0;bottom=0;" parent="89" vertex="1">
                    <mxGeometry y="120" width="180" height="30" as="geometry"/>
                </mxCell>
                <mxCell id="103" value="" style="shape=partialRectangle;connectable=0;fillColor=none;top=0;left=0;bottom=0;right=0;editable=1;overflow=hidden;whiteSpace=wrap;html=1;" parent="102" vertex="1">
                    <mxGeometry width="30" height="30" as="geometry">
                        <mxRectangle width="30" height="30" as="alternateBounds"/>
                    </mxGeometry>
                </mxCell>
                <mxCell id="104" value="requested_clock_in_at" style="shape=partialRectangle;connectable=0;fillColor=none;top=0;left=0;bottom=0;right=0;align=left;spacingLeft=6;overflow=hidden;whiteSpace=wrap;html=1;" parent="102" vertex="1">
                    <mxGeometry x="30" width="150" height="30" as="geometry">
                        <mxRectangle width="150" height="30" as="alternateBounds"/>
                    </mxGeometry>
                </mxCell>
                <mxCell id="105" value="" style="shape=tableRow;horizontal=0;startSize=0;swimlaneHead=0;swimlaneBody=0;fillColor=none;collapsible=0;dropTarget=0;points=[[0,0.5],[1,0.5]];portConstraint=eastwest;top=0;left=0;right=0;bottom=0;" parent="89" vertex="1">
                    <mxGeometry y="150" width="180" height="30" as="geometry"/>
                </mxCell>
                <mxCell id="106" value="" style="shape=partialRectangle;connectable=0;fillColor=none;top=0;left=0;bottom=0;right=0;editable=1;overflow=hidden;whiteSpace=wrap;html=1;" parent="105" vertex="1">
                    <mxGeometry width="30" height="30" as="geometry">
                        <mxRectangle width="30" height="30" as="alternateBounds"/>
                    </mxGeometry>
                </mxCell>
                <mxCell id="107" value="requested_clock_out_at" style="shape=partialRectangle;connectable=0;fillColor=none;top=0;left=0;bottom=0;right=0;align=left;spacingLeft=6;overflow=hidden;whiteSpace=wrap;html=1;" parent="105" vertex="1">
                    <mxGeometry x="30" width="150" height="30" as="geometry">
                        <mxRectangle width="150" height="30" as="alternateBounds"/>
                    </mxGeometry>
                </mxCell>
                <mxCell id="108" value="" style="shape=tableRow;horizontal=0;startSize=0;swimlaneHead=0;swimlaneBody=0;fillColor=none;collapsible=0;dropTarget=0;points=[[0,0.5],[1,0.5]];portConstraint=eastwest;top=0;left=0;right=0;bottom=0;" parent="89" vertex="1">
                    <mxGeometry y="180" width="180" height="30" as="geometry"/>
                </mxCell>
                <mxCell id="109" value="" style="shape=partialRectangle;connectable=0;fillColor=none;top=0;left=0;bottom=0;right=0;editable=1;overflow=hidden;whiteSpace=wrap;html=1;" parent="108" vertex="1">
                    <mxGeometry width="30" height="30" as="geometry">
                        <mxRectangle width="30" height="30" as="alternateBounds"/>
                    </mxGeometry>
                </mxCell>
                <mxCell id="110" value="requested_note" style="shape=partialRectangle;connectable=0;fillColor=none;top=0;left=0;bottom=0;right=0;align=left;spacingLeft=6;overflow=hidden;whiteSpace=wrap;html=1;" parent="108" vertex="1">
                    <mxGeometry x="30" width="150" height="30" as="geometry">
                        <mxRectangle width="150" height="30" as="alternateBounds"/>
                    </mxGeometry>
                </mxCell>
                <mxCell id="118" value="" style="shape=tableRow;horizontal=0;startSize=0;swimlaneHead=0;swimlaneBody=0;fillColor=none;collapsible=0;dropTarget=0;points=[[0,0.5],[1,0.5]];portConstraint=eastwest;top=0;left=0;right=0;bottom=0;" parent="89" vertex="1">
                    <mxGeometry y="210" width="180" height="30" as="geometry"/>
                </mxCell>
                <mxCell id="119" value="" style="shape=partialRectangle;connectable=0;fillColor=none;top=0;left=0;bottom=0;right=0;editable=1;overflow=hidden;whiteSpace=wrap;html=1;" parent="118" vertex="1">
                    <mxGeometry width="30" height="30" as="geometry">
                        <mxRectangle width="30" height="30" as="alternateBounds"/>
                    </mxGeometry>
                </mxCell>
                <mxCell id="120" value="status" style="shape=partialRectangle;connectable=0;fillColor=none;top=0;left=0;bottom=0;right=0;align=left;spacingLeft=6;overflow=hidden;whiteSpace=wrap;html=1;" parent="118" vertex="1">
                    <mxGeometry x="30" width="150" height="30" as="geometry">
                        <mxRectangle width="150" height="30" as="alternateBounds"/>
                    </mxGeometry>
                </mxCell>
                <mxCell id="121" value="" style="shape=tableRow;horizontal=0;startSize=0;swimlaneHead=0;swimlaneBody=0;fillColor=none;collapsible=0;dropTarget=0;points=[[0,0.5],[1,0.5]];portConstraint=eastwest;top=0;left=0;right=0;bottom=0;" parent="89" vertex="1">
                    <mxGeometry y="240" width="180" height="30" as="geometry"/>
                </mxCell>
                <mxCell id="122" value="" style="shape=partialRectangle;connectable=0;fillColor=none;top=0;left=0;bottom=0;right=0;editable=1;overflow=hidden;whiteSpace=wrap;html=1;" parent="121" vertex="1">
                    <mxGeometry width="30" height="30" as="geometry">
                        <mxRectangle width="30" height="30" as="alternateBounds"/>
                    </mxGeometry>
                </mxCell>
                <mxCell id="123" value="&lt;span style=&quot;color: rgb(0, 0, 0);&quot;&gt;admin_id&lt;/span&gt;" style="shape=partialRectangle;connectable=0;fillColor=none;top=0;left=0;bottom=0;right=0;align=left;spacingLeft=6;overflow=hidden;whiteSpace=wrap;html=1;" parent="121" vertex="1">
                    <mxGeometry x="30" width="150" height="30" as="geometry">
                        <mxRectangle width="150" height="30" as="alternateBounds"/>
                    </mxGeometry>
                </mxCell>
                <mxCell id="124" value="" style="shape=tableRow;horizontal=0;startSize=0;swimlaneHead=0;swimlaneBody=0;fillColor=none;collapsible=0;dropTarget=0;points=[[0,0.5],[1,0.5]];portConstraint=eastwest;top=0;left=0;right=0;bottom=0;" parent="89" vertex="1">
                    <mxGeometry y="270" width="180" height="30" as="geometry"/>
                </mxCell>
                <mxCell id="125" value="" style="shape=partialRectangle;connectable=0;fillColor=none;top=0;left=0;bottom=0;right=0;editable=1;overflow=hidden;whiteSpace=wrap;html=1;" parent="124" vertex="1">
                    <mxGeometry width="30" height="30" as="geometry">
                        <mxRectangle width="30" height="30" as="alternateBounds"/>
                    </mxGeometry>
                </mxCell>
                <mxCell id="126" value="&lt;span style=&quot;color: rgb(0, 0, 0);&quot;&gt;approved_at&lt;/span&gt;" style="shape=partialRectangle;connectable=0;fillColor=none;top=0;left=0;bottom=0;right=0;align=left;spacingLeft=6;overflow=hidden;whiteSpace=wrap;html=1;" parent="124" vertex="1">
                    <mxGeometry x="30" width="150" height="30" as="geometry">
                        <mxRectangle width="150" height="30" as="alternateBounds"/>
                    </mxGeometry>
                </mxCell>
                <mxCell id="111" value="" style="shape=tableRow;horizontal=0;startSize=0;swimlaneHead=0;swimlaneBody=0;fillColor=none;collapsible=0;dropTarget=0;points=[[0,0.5],[1,0.5]];portConstraint=eastwest;top=0;left=0;right=0;bottom=0;" parent="89" vertex="1">
                    <mxGeometry y="300" width="180" height="30" as="geometry"/>
                </mxCell>
                <mxCell id="112" value="" style="shape=partialRectangle;connectable=0;fillColor=none;top=0;left=0;bottom=0;right=0;editable=1;overflow=hidden;whiteSpace=wrap;html=1;" parent="111" vertex="1">
                    <mxGeometry width="30" height="30" as="geometry">
                        <mxRectangle width="30" height="30" as="alternateBounds"/>
                    </mxGeometry>
                </mxCell>
                <mxCell id="113" value="created_at" style="shape=partialRectangle;connectable=0;fillColor=none;top=0;left=0;bottom=0;right=0;align=left;spacingLeft=6;overflow=hidden;whiteSpace=wrap;html=1;" parent="111" vertex="1">
                    <mxGeometry x="30" width="150" height="30" as="geometry">
                        <mxRectangle width="150" height="30" as="alternateBounds"/>
                    </mxGeometry>
                </mxCell>
                <mxCell id="114" value="" style="shape=tableRow;horizontal=0;startSize=0;swimlaneHead=0;swimlaneBody=0;fillColor=none;collapsible=0;dropTarget=0;points=[[0,0.5],[1,0.5]];portConstraint=eastwest;top=0;left=0;right=0;bottom=0;" parent="89" vertex="1">
                    <mxGeometry y="330" width="180" height="30" as="geometry"/>
                </mxCell>
                <mxCell id="115" value="" style="shape=partialRectangle;connectable=0;fillColor=none;top=0;left=0;bottom=0;right=0;editable=1;overflow=hidden;whiteSpace=wrap;html=1;" parent="114" vertex="1">
                    <mxGeometry width="30" height="30" as="geometry">
                        <mxRectangle width="30" height="30" as="alternateBounds"/>
                    </mxGeometry>
                </mxCell>
                <mxCell id="116" value="updated_at" style="shape=partialRectangle;connectable=0;fillColor=none;top=0;left=0;bottom=0;right=0;align=left;spacingLeft=6;overflow=hidden;whiteSpace=wrap;html=1;" parent="114" vertex="1">
                    <mxGeometry x="30" width="150" height="30" as="geometry">
                        <mxRectangle width="150" height="30" as="alternateBounds"/>
                    </mxGeometry>
                </mxCell>
                <mxCell id="133" value="correction_request_breaks" style="shape=table;startSize=30;container=1;collapsible=1;childLayout=tableLayout;fixedRows=1;rowLines=0;fontStyle=1;align=center;resizeLast=1;html=1;" parent="1" vertex="1">
                    <mxGeometry x="520" y="750" width="180" height="210" as="geometry"/>
                </mxCell>
                <mxCell id="134" value="" style="shape=tableRow;horizontal=0;startSize=0;swimlaneHead=0;swimlaneBody=0;fillColor=none;collapsible=0;dropTarget=0;points=[[0,0.5],[1,0.5]];portConstraint=eastwest;top=0;left=0;right=0;bottom=1;" parent="133" vertex="1">
                    <mxGeometry y="30" width="180" height="30" as="geometry"/>
                </mxCell>
                <mxCell id="135" value="PK" style="shape=partialRectangle;connectable=0;fillColor=none;top=0;left=0;bottom=0;right=0;fontStyle=1;overflow=hidden;whiteSpace=wrap;html=1;" parent="134" vertex="1">
                    <mxGeometry width="30" height="30" as="geometry">
                        <mxRectangle width="30" height="30" as="alternateBounds"/>
                    </mxGeometry>
                </mxCell>
                <mxCell id="136" value="id" style="shape=partialRectangle;connectable=0;fillColor=none;top=0;left=0;bottom=0;right=0;align=left;spacingLeft=6;fontStyle=5;overflow=hidden;whiteSpace=wrap;html=1;" parent="134" vertex="1">
                    <mxGeometry x="30" width="150" height="30" as="geometry">
                        <mxRectangle width="150" height="30" as="alternateBounds"/>
                    </mxGeometry>
                </mxCell>
                <mxCell id="137" value="" style="shape=tableRow;horizontal=0;startSize=0;swimlaneHead=0;swimlaneBody=0;fillColor=none;collapsible=0;dropTarget=0;points=[[0,0.5],[1,0.5]];portConstraint=eastwest;top=0;left=0;right=0;bottom=0;" parent="133" vertex="1">
                    <mxGeometry y="60" width="180" height="30" as="geometry"/>
                </mxCell>
                <mxCell id="138" value="" style="shape=partialRectangle;connectable=0;fillColor=none;top=0;left=0;bottom=0;right=0;editable=1;overflow=hidden;whiteSpace=wrap;html=1;" parent="137" vertex="1">
                    <mxGeometry width="30" height="30" as="geometry">
                        <mxRectangle width="30" height="30" as="alternateBounds"/>
                    </mxGeometry>
                </mxCell>
                <mxCell id="139" value="correction_request_id" style="shape=partialRectangle;connectable=0;fillColor=none;top=0;left=0;bottom=0;right=0;align=left;spacingLeft=6;overflow=hidden;whiteSpace=wrap;html=1;" parent="137" vertex="1">
                    <mxGeometry x="30" width="150" height="30" as="geometry">
                        <mxRectangle width="150" height="30" as="alternateBounds"/>
                    </mxGeometry>
                </mxCell>
                <mxCell id="140" value="" style="shape=tableRow;horizontal=0;startSize=0;swimlaneHead=0;swimlaneBody=0;fillColor=none;collapsible=0;dropTarget=0;points=[[0,0.5],[1,0.5]];portConstraint=eastwest;top=0;left=0;right=0;bottom=0;" parent="133" vertex="1">
                    <mxGeometry y="90" width="180" height="30" as="geometry"/>
                </mxCell>
                <mxCell id="141" value="" style="shape=partialRectangle;connectable=0;fillColor=none;top=0;left=0;bottom=0;right=0;editable=1;overflow=hidden;whiteSpace=wrap;html=1;" parent="140" vertex="1">
                    <mxGeometry width="30" height="30" as="geometry">
                        <mxRectangle width="30" height="30" as="alternateBounds"/>
                    </mxGeometry>
                </mxCell>
                <mxCell id="142" value="requested_break_start_at" style="shape=partialRectangle;connectable=0;fillColor=none;top=0;left=0;bottom=0;right=0;align=left;spacingLeft=6;overflow=hidden;whiteSpace=wrap;html=1;" parent="140" vertex="1">
                    <mxGeometry x="30" width="150" height="30" as="geometry">
                        <mxRectangle width="150" height="30" as="alternateBounds"/>
                    </mxGeometry>
                </mxCell>
                <mxCell id="143" value="" style="shape=tableRow;horizontal=0;startSize=0;swimlaneHead=0;swimlaneBody=0;fillColor=none;collapsible=0;dropTarget=0;points=[[0,0.5],[1,0.5]];portConstraint=eastwest;top=0;left=0;right=0;bottom=0;" parent="133" vertex="1">
                    <mxGeometry y="120" width="180" height="30" as="geometry"/>
                </mxCell>
                <mxCell id="144" value="" style="shape=partialRectangle;connectable=0;fillColor=none;top=0;left=0;bottom=0;right=0;editable=1;overflow=hidden;whiteSpace=wrap;html=1;" parent="143" vertex="1">
                    <mxGeometry width="30" height="30" as="geometry">
                        <mxRectangle width="30" height="30" as="alternateBounds"/>
                    </mxGeometry>
                </mxCell>
                <mxCell id="145" value="requested_break_end_at" style="shape=partialRectangle;connectable=0;fillColor=none;top=0;left=0;bottom=0;right=0;align=left;spacingLeft=6;overflow=hidden;whiteSpace=wrap;html=1;" parent="143" vertex="1">
                    <mxGeometry x="30" width="150" height="30" as="geometry">
                        <mxRectangle width="150" height="30" as="alternateBounds"/>
                    </mxGeometry>
                </mxCell>
                <mxCell id="161" value="" style="shape=tableRow;horizontal=0;startSize=0;swimlaneHead=0;swimlaneBody=0;fillColor=none;collapsible=0;dropTarget=0;points=[[0,0.5],[1,0.5]];portConstraint=eastwest;top=0;left=0;right=0;bottom=0;" parent="133" vertex="1">
                    <mxGeometry y="150" width="180" height="30" as="geometry"/>
                </mxCell>
                <mxCell id="162" value="" style="shape=partialRectangle;connectable=0;fillColor=none;top=0;left=0;bottom=0;right=0;editable=1;overflow=hidden;whiteSpace=wrap;html=1;" parent="161" vertex="1">
                    <mxGeometry width="30" height="30" as="geometry">
                        <mxRectangle width="30" height="30" as="alternateBounds"/>
                    </mxGeometry>
                </mxCell>
                <mxCell id="163" value="created_at" style="shape=partialRectangle;connectable=0;fillColor=none;top=0;left=0;bottom=0;right=0;align=left;spacingLeft=6;overflow=hidden;whiteSpace=wrap;html=1;" parent="161" vertex="1">
                    <mxGeometry x="30" width="150" height="30" as="geometry">
                        <mxRectangle width="150" height="30" as="alternateBounds"/>
                    </mxGeometry>
                </mxCell>
                <mxCell id="164" value="" style="shape=tableRow;horizontal=0;startSize=0;swimlaneHead=0;swimlaneBody=0;fillColor=none;collapsible=0;dropTarget=0;points=[[0,0.5],[1,0.5]];portConstraint=eastwest;top=0;left=0;right=0;bottom=0;" parent="133" vertex="1">
                    <mxGeometry y="180" width="180" height="30" as="geometry"/>
                </mxCell>
                <mxCell id="165" value="" style="shape=partialRectangle;connectable=0;fillColor=none;top=0;left=0;bottom=0;right=0;editable=1;overflow=hidden;whiteSpace=wrap;html=1;" parent="164" vertex="1">
                    <mxGeometry width="30" height="30" as="geometry">
                        <mxRectangle width="30" height="30" as="alternateBounds"/>
                    </mxGeometry>
                </mxCell>
                <mxCell id="166" value="updated_at" style="shape=partialRectangle;connectable=0;fillColor=none;top=0;left=0;bottom=0;right=0;align=left;spacingLeft=6;overflow=hidden;whiteSpace=wrap;html=1;" parent="164" vertex="1">
                    <mxGeometry x="30" width="150" height="30" as="geometry">
                        <mxRectangle width="150" height="30" as="alternateBounds"/>
                    </mxGeometry>
                </mxCell>
                <mxCell id="176" value="" style="edgeStyle=none;html=1;startArrow=ERmandOne;startFill=0;endArrow=ERzeroToMany;endFill=0;entryX=0.5;entryY=0;entryDx=0;entryDy=0;" parent="1" target="33" edge="1">
                    <mxGeometry relative="1" as="geometry">
                        <mxPoint x="308" y="200" as="sourcePoint"/>
                        <mxPoint x="200" y="360" as="targetPoint"/>
                        <Array as="points">
                            <mxPoint x="250" y="200"/>
                            <mxPoint x="190" y="200"/>
                        </Array>
                    </mxGeometry>
                </mxCell>
                <mxCell id="187" value="" style="edgeStyle=none;html=1;startArrow=ERmandOne;startFill=0;endArrow=ERzeroToMany;endFill=0;exitX=1.003;exitY=0.747;exitDx=0;exitDy=0;exitPerimeter=0;" parent="1" source="15" edge="1">
                    <mxGeometry relative="1" as="geometry">
                        <mxPoint x="560" y="160" as="sourcePoint"/>
                        <mxPoint x="660" y="340" as="targetPoint"/>
                        <Array as="points">
                            <mxPoint x="660" y="122"/>
                        </Array>
                    </mxGeometry>
                </mxCell>
                <mxCell id="188" value="correction_requests.admin_id&amp;nbsp;&lt;div&gt;→&lt;span style=&quot;color: rgb(63, 63, 63); background-color: light-dark(#ffffff, var(--ge-dark-color, #121212));&quot;&gt;users.id&lt;/span&gt;&lt;/div&gt;" style="edgeLabel;html=1;align=center;verticalAlign=middle;resizable=0;points=[];" parent="187" vertex="1" connectable="0">
                    <mxGeometry x="-0.0506" y="2" relative="1" as="geometry">
                        <mxPoint x="-37" y="-7" as="offset"/>
                    </mxGeometry>
                </mxCell>
            </root>
        </mxGraphModel>
    </diagram>
</mxfile>